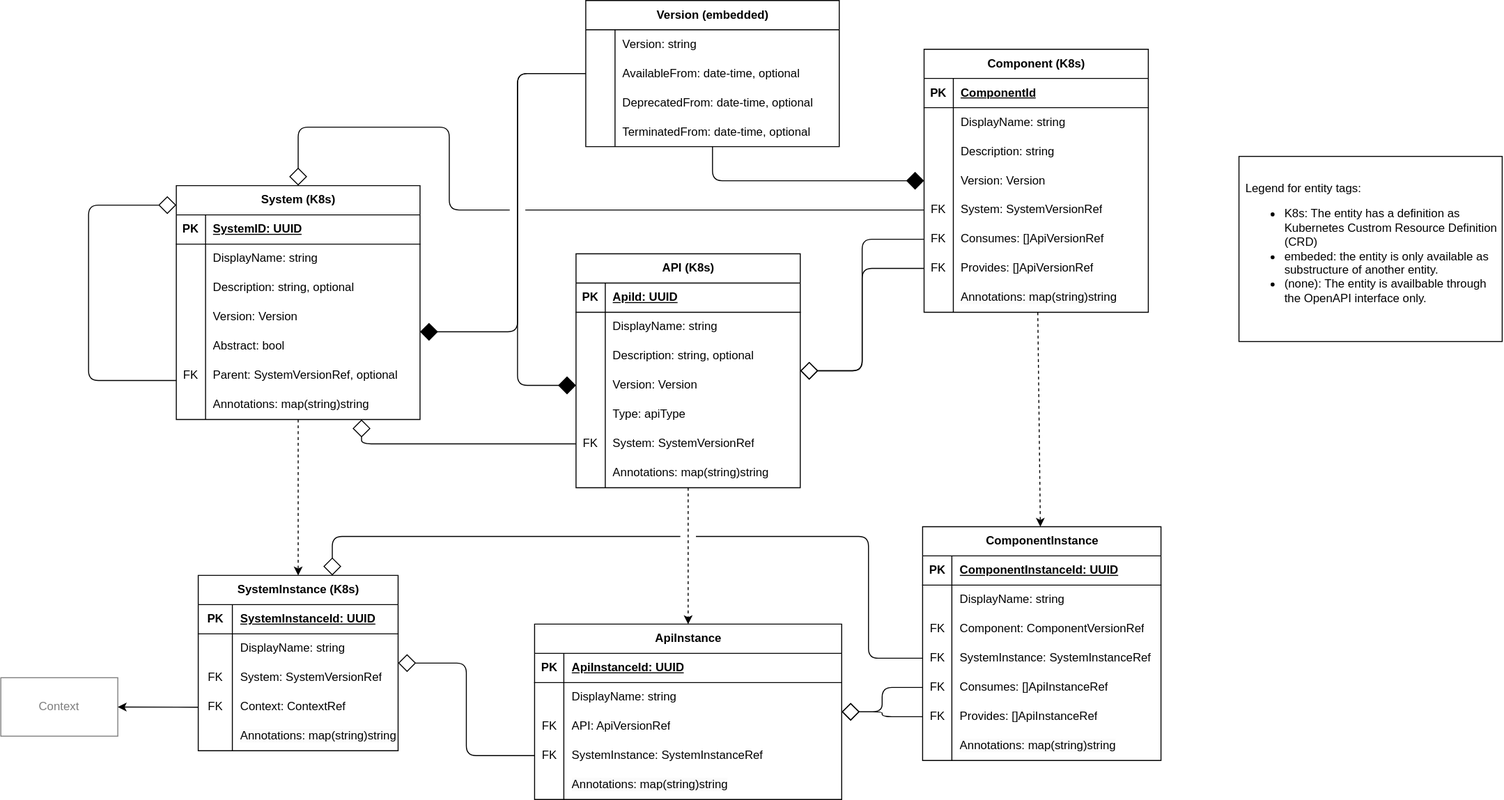
The draw.io diagram content/docs/example-mapping/images/p1-structure.svg in emeland-io/book, before a commit. Source tidied: cells renumbered, new cells last; positions are measured from the earlier drawing's top-left corner, leaving out a move shared by most shapes.
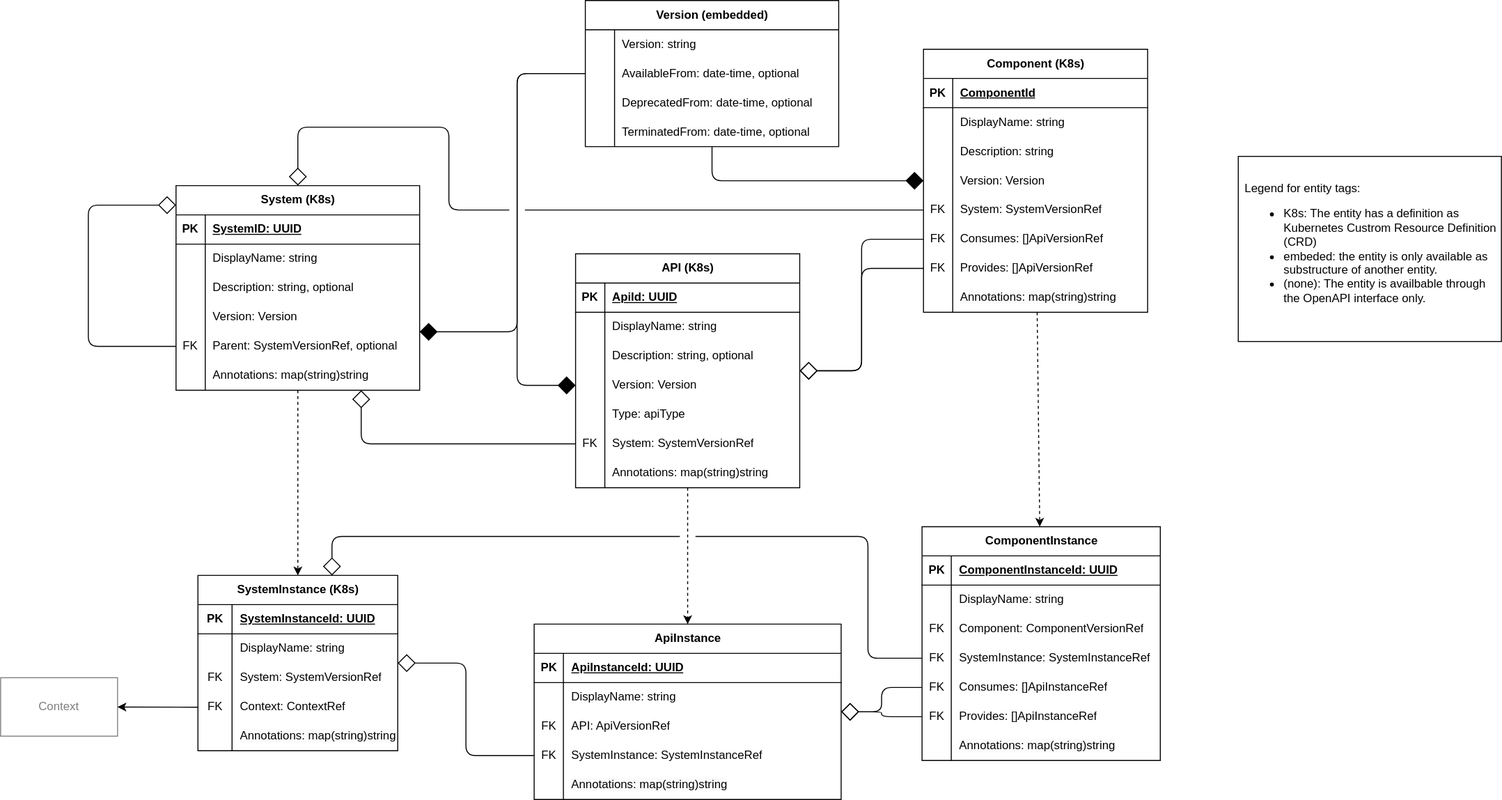
The same file after the commit.

Commit message:
descripe system template and abstract system

Diff of the diagram source:
```diff
@@ -6,7 +6,7 @@
       <mxGeometry relative="1" as="geometry" />
     </mxCell>
     <mxCell id="3" value="System (K8s)" style="shape=table;startSize=30;rowLines=0;fontStyle=1;align=center;html=1;" parent="1" vertex="1">
-      <mxGeometry x="180" y="190" width="250" height="240" as="geometry" />
+      <mxGeometry x="180" y="190" width="250" height="210" as="geometry" />
     </mxCell>
     <mxCell id="4" style="shape=tableRow;horizontal=0;startSize=0;swimlaneHead=0;swimlaneBody=0;fillColor=none;top=0;left=0;right=0;bottom=1;" parent="3" vertex="1">
       <mxGeometry y="30" width="250" height="30" as="geometry" />
@@ -44,17 +44,8 @@
     <mxCell id="15" value="Version: Version" style="shape=partialRectangle;fillColor=none;top=0;left=0;bottom=0;right=0;align=left;spacingLeft=6;overflow=hidden;whiteSpace=wrap;html=1;" parent="13" vertex="1">
       <mxGeometry x="30" width="220" height="30" as="geometry" />
     </mxCell>
-    <mxCell id="16" style="shape=tableRow;horizontal=0;startSize=0;swimlaneHead=0;swimlaneBody=0;fillColor=none;top=0;left=0;right=0;bottom=0;" parent="3" vertex="1">
-      <mxGeometry y="150" width="250" height="30" as="geometry" />
-    </mxCell>
-    <mxCell id="17" style="shape=partialRectangle;fillColor=none;top=0;left=0;bottom=0;right=0;overflow=hidden;whiteSpace=wrap;html=1;" parent="16" vertex="1">
-      <mxGeometry width="30" height="30" as="geometry" />
-    </mxCell>
-    <mxCell id="18" value="Abstract: bool" style="shape=partialRectangle;fillColor=none;top=0;left=0;bottom=0;right=0;align=left;spacingLeft=6;overflow=hidden;whiteSpace=wrap;html=1;" parent="16" vertex="1">
-      <mxGeometry x="30" width="220" height="30" as="geometry" />
-    </mxCell>
     <mxCell id="19" style="shape=tableRow;horizontal=0;startSize=0;swimlaneHead=0;swimlaneBody=0;fillColor=none;points=[[0,0.5],[1,0.5]];portConstraint=eastwest;top=0;left=0;right=0;bottom=0;" parent="3" vertex="1">
-      <mxGeometry y="180" width="250" height="30" as="geometry" />
+      <mxGeometry y="150" width="250" height="30" as="geometry" />
     </mxCell>
     <mxCell id="20" value="FK" style="shape=partialRectangle;fillColor=none;top=0;left=0;bottom=0;right=0;overflow=hidden;whiteSpace=wrap;html=1;" parent="19" vertex="1">
       <mxGeometry width="30" height="30" as="geometry" />
@@ -63,7 +54,7 @@
       <mxGeometry x="30" width="220" height="30" as="geometry" />
     </mxCell>
     <mxCell id="22" style="shape=tableRow;horizontal=0;startSize=0;swimlaneHead=0;swimlaneBody=0;fillColor=none;top=0;left=0;right=0;bottom=0;" parent="3" vertex="1">
-      <mxGeometry y="210" width="250" height="30" as="geometry" />
+      <mxGeometry y="180" width="250" height="30" as="geometry" />
     </mxCell>
     <mxCell id="23" style="shape=partialRectangle;fillColor=none;top=0;left=0;bottom=0;right=0;overflow=hidden;whiteSpace=wrap;html=1;" parent="22" vertex="1">
       <mxGeometry width="30" height="30" as="geometry" />
@@ -74,7 +65,7 @@
     <mxCell id="25" style="edgeStyle=orthogonalEdgeStyle;html=1;endArrow=diamond;endFill=0;endSize=16;startSize=16;" parent="3" edge="1" source="19" target="3">
       <mxGeometry relative="1" as="geometry">
         <Array as="points">
-          <mxPoint x="-90" y="200" />
+          <mxPoint x="-90" y="165" />
           <mxPoint x="-90" y="20" />
         </Array>
       </mxGeometry>
```
